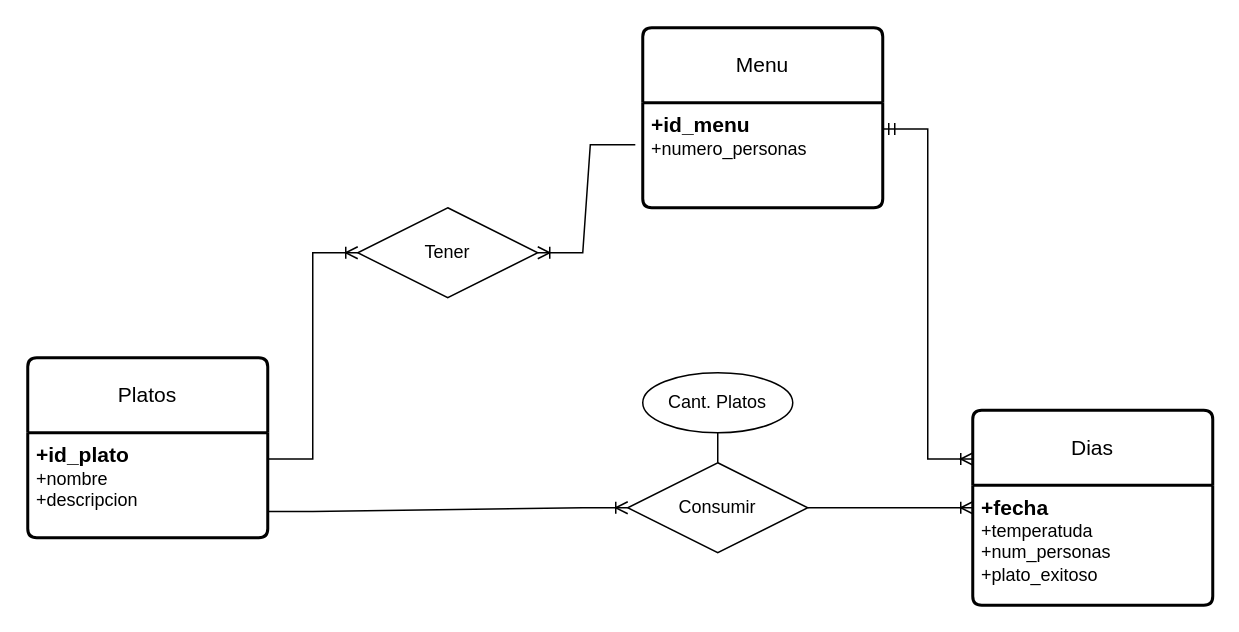
Before: ejercicio15.drawio in AsierGArranz/aga-sru-sa-t-UD12DiagramaER-11102023, a draw.io diagram. Source tidied: cells renumbered, new cells numbered last; positions are measured from the earlier drawing's top-left corner, leaving out a move shared by most shapes. Both pictures are drawn from the tidied source at 150%, with x=0, y=0 at pixel (27, 27).
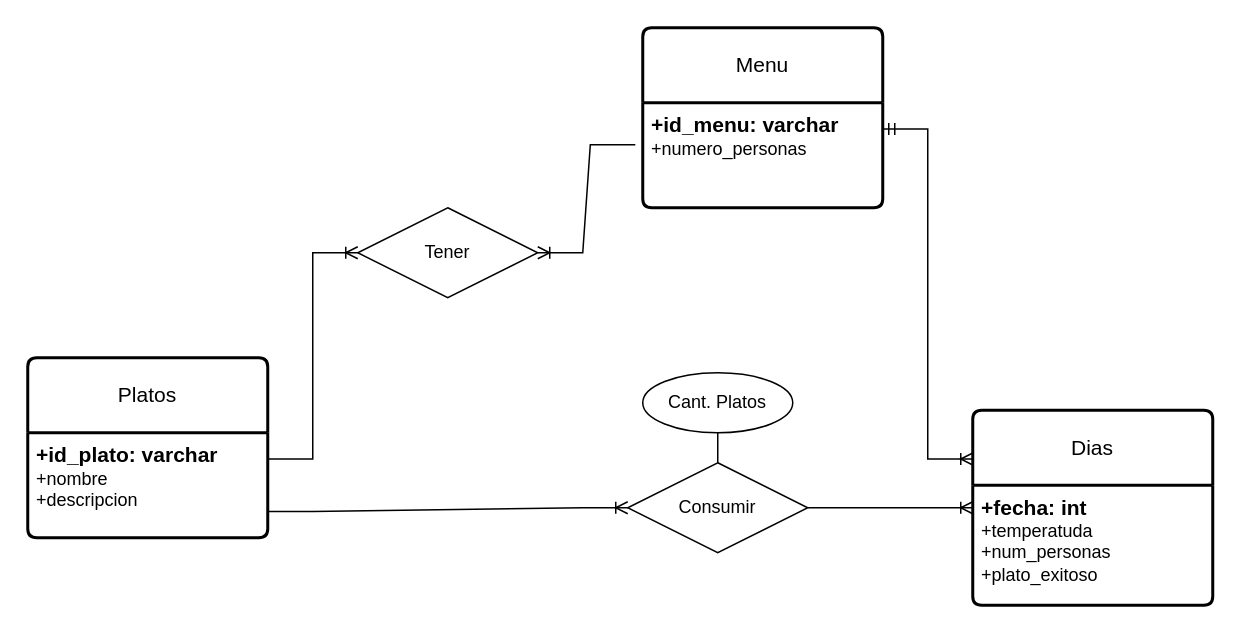
The same diagram, later.

What changed in the source:
```diff
@@
 <mxGraphModel>
   <root>
     <mxCell id="0" />
     <mxCell id="1" parent="0" />
     <mxCell id="2" value="Menu" style="swimlane;horizontal=1;startSize=50;rounded=1;fontSize=14;fontStyle=0;strokeWidth=2;shadow=0;dashed=0;align=center;arcSize=4;whiteSpace=wrap;html=1;" parent="1" vertex="1">
       <mxGeometry x="410" width="160" height="120" as="geometry" />
     </mxCell>
-    <mxCell id="3" value="&lt;font style=&quot;font-size: 14px;&quot;&gt;&lt;b&gt;+id_menu&lt;/b&gt;&lt;/font&gt;&lt;br&gt;+numero_personas" style="align=left;strokeColor=none;fillColor=none;spacingLeft=4;fontSize=12;verticalAlign=top;html=1;" parent="2" vertex="1">
+    <mxCell id="3" value="&lt;font style=&quot;font-size: 14px;&quot;&gt;&lt;b&gt;+id_menu: varchar&lt;/b&gt;&lt;/font&gt;&lt;br&gt;+numero_personas" style="align=left;strokeColor=none;fillColor=none;spacingLeft=4;fontSize=12;verticalAlign=top;html=1;" parent="2" vertex="1">
       <mxGeometry y="50" width="160" height="70" as="geometry" />
     </mxCell>
     <mxCell id="4" value="Tener" style="shape=rhombus;perimeter=rhombusPerimeter;whiteSpace=wrap;html=1;align=center;" parent="1" vertex="1">
       <mxGeometry x="220" y="120" width="120" height="60" as="geometry" />
     </mxCell>
     <mxCell id="5" value="Platos" style="swimlane;horizontal=1;startSize=50;rounded=1;fontSize=14;fontStyle=0;strokeWidth=2;shadow=0;dashed=0;align=center;arcSize=4;whiteSpace=wrap;html=1;" parent="1" vertex="1">
       <mxGeometry y="220" width="160" height="120" as="geometry" />
     </mxCell>
-    <mxCell id="6" value="&lt;font style=&quot;font-size: 14px;&quot;&gt;&lt;b&gt;+id_plato&lt;/b&gt;&lt;/font&gt;&lt;br&gt;+nombre&lt;br&gt;+descripcion" style="align=left;strokeColor=none;fillColor=none;spacingLeft=4;fontSize=12;verticalAlign=top;html=1;" parent="5" vertex="1">
+    <mxCell id="6" value="&lt;font style=&quot;font-size: 14px;&quot;&gt;&lt;b&gt;+id_plato: varchar&lt;/b&gt;&lt;/font&gt;&lt;br&gt;+nombre&lt;br&gt;+descripcion" style="align=left;strokeColor=none;fillColor=none;spacingLeft=4;fontSize=12;verticalAlign=top;html=1;" parent="5" vertex="1">
       <mxGeometry y="50" width="160" height="70" as="geometry" />
     </mxCell>
     <mxCell id="7" value="Dias" style="swimlane;horizontal=1;startSize=50;rounded=1;fontSize=14;fontStyle=0;strokeWidth=2;shadow=0;dashed=0;align=center;arcSize=4;whiteSpace=wrap;html=1;" parent="1" vertex="1">
       <mxGeometry x="630" y="255" width="160" height="130" as="geometry" />
     </mxCell>
-    <mxCell id="8" value="&lt;font style=&quot;font-size: 14px;&quot;&gt;&lt;b&gt;+fecha&lt;br&gt;&lt;/b&gt;&lt;/font&gt;+temperatuda&lt;br&gt;+num_personas&lt;br&gt;+plato_exitoso" style="align=left;strokeColor=none;fillColor=none;spacingLeft=4;fontSize=12;verticalAlign=top;html=1;" parent="7" vertex="1">
+    <mxCell id="8" value="&lt;font style=&quot;font-size: 14px;&quot;&gt;&lt;b&gt;+fecha: int&lt;br&gt;&lt;/b&gt;&lt;/font&gt;+temperatuda&lt;br&gt;+num_personas&lt;br&gt;+plato_exitoso" style="align=left;strokeColor=none;fillColor=none;spacingLeft=4;fontSize=12;verticalAlign=top;html=1;" parent="7" vertex="1">
       <mxGeometry y="50" width="160" height="80" as="geometry" />
     </mxCell>
     <mxCell id="9" value="Consumir" style="shape=rhombus;perimeter=rhombusPerimeter;whiteSpace=wrap;html=1;align=center;" parent="1" vertex="1">
       <mxGeometry x="400" y="290" width="120" height="60" as="geometry" />
     </mxCell>
     <mxCell id="10" value="Cant. Platos" style="ellipse;whiteSpace=wrap;html=1;align=center;" parent="1" vertex="1">
       <mxGeometry x="410" y="230" width="100" height="40" as="geometry" />
     </mxCell>
     <mxCell id="11" style="edgeStyle=entityRelationEdgeStyle;fontSize=12;html=1;endArrow=ERoneToMany;rounded=0;exitX=-0.031;exitY=0.4;exitDx=0;exitDy=0;entryX=1;entryY=0.5;entryDx=0;entryDy=0;exitPerimeter=0;" parent="1" edge="1" source="3" target="4">
       <mxGeometry relative="1" as="geometry" />
     </mxCell>
     <mxCell id="12" style="edgeStyle=entityRelationEdgeStyle;fontSize=12;html=1;endArrow=ERoneToMany;rounded=0;exitX=1;exitY=0.25;exitDx=0;exitDy=0;entryX=0;entryY=0.5;entryDx=0;entryDy=0;" parent="1" edge="1" source="6" target="4">
       <mxGeometry relative="1" as="geometry" />
     </mxCell>
     <mxCell id="13" style="edgeStyle=entityRelationEdgeStyle;fontSize=12;html=1;endArrow=ERoneToMany;rounded=0;entryX=0;entryY=0.5;entryDx=0;entryDy=0;exitX=1;exitY=0.75;exitDx=0;exitDy=0;" parent="1" edge="1" source="6" target="9">
       <mxGeometry relative="1" as="geometry" />
     </mxCell>
     <mxCell id="14" style="edgeStyle=entityRelationEdgeStyle;fontSize=12;html=1;endArrow=ERoneToMany;rounded=0;entryX=0;entryY=0.5;entryDx=0;entryDy=0;exitX=1;exitY=0.5;exitDx=0;exitDy=0;" parent="1" edge="1" source="9" target="7">
       <mxGeometry relative="1" as="geometry">
         <Array as="points">
           <mxPoint x="580" y="490" />
         </Array>
       </mxGeometry>
     </mxCell>
     <mxCell id="15" style="endArrow=none;html=1;rounded=0;exitX=0.5;exitY=1;exitDx=0;exitDy=0;entryX=0.5;entryY=0;entryDx=0;entryDy=0;" parent="1" edge="1" source="10" target="9">
       <mxGeometry relative="1" as="geometry" />
     </mxCell>
     <mxCell id="16" style="edgeStyle=entityRelationEdgeStyle;fontSize=12;html=1;endArrow=ERoneToMany;startArrow=ERmandOne;rounded=0;entryX=0;entryY=0.25;entryDx=0;entryDy=0;exitX=1;exitY=0.25;exitDx=0;exitDy=0;" parent="1" edge="1" source="3" target="7">
       <mxGeometry relative="1" as="geometry" />
     </mxCell>
   </root>
 </mxGraphModel>
```
